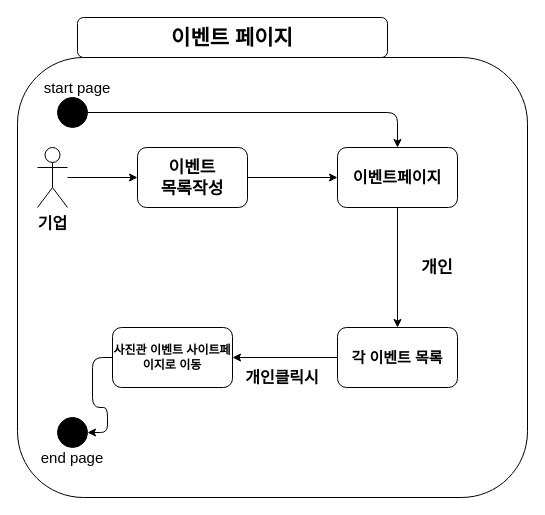
The draw.io diagram Untitled Diagram.drawio in hjss705/web2, before the edit. Source tidied: cells renumbered, new cells numbered last; positions are measured from the earlier drawing's top-left corner, leaving out a move shared by most shapes. Both pictures are drawn from the tidied source at 100%, with x=0, y=0 at pixel (17, 17).
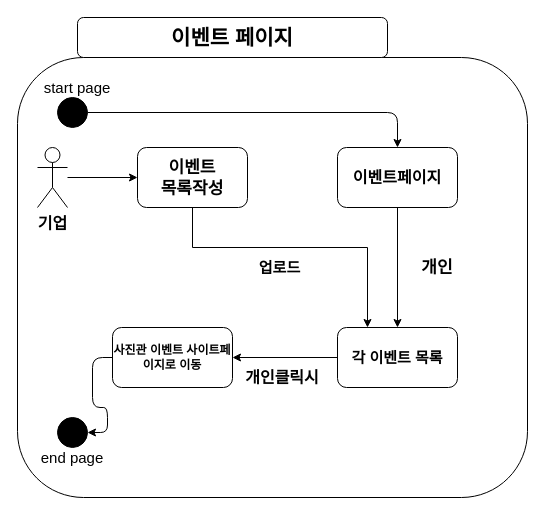
After the change.

Unchanged cells that the change refers to:
```xml
<mxCell id="8" value="&lt;b&gt;&lt;font style=&quot;font-size: 16px&quot;&gt;이벤트페이지&lt;/font&gt;&lt;/b&gt;" style="whiteSpace=wrap;html=1;rounded=1;" parent="1" vertex="1">
  <mxGeometry x="320" y="130" width="120" height="60" as="geometry" />
</mxCell>
<mxCell id="13" value="&lt;font style=&quot;font-size: 15px&quot;&gt;&lt;b&gt;각 이벤트 목록&lt;/b&gt;&lt;/font&gt;" style="whiteSpace=wrap;html=1;rounded=1;" parent="1" vertex="1">
  <mxGeometry x="320" y="310" width="120" height="60" as="geometry" />
</mxCell>
<mxCell id="21" value="&lt;b style=&quot;font-size: 17px&quot;&gt;이벤트 &lt;br&gt;목록작성&lt;/b&gt;" style="rounded=1;whiteSpace=wrap;html=1;labelBackgroundColor=none;fontFamily=Verdana;fontSize=16;" parent="1" vertex="1">
  <mxGeometry x="120" y="130" width="110" height="60" as="geometry" />
</mxCell>
```

Diff of the diagram source:
```diff
@@
-    <mxCell id="20" style="edgeStyle=orthogonalEdgeStyle;rounded=0;jettySize=auto;html=1;fontFamily=Verdana;fontSize=16;" parent="1" edge="1" source="21" target="8">
-      <mxGeometry relative="1" as="geometry" />
+    <mxCell id="20" style="edgeStyle=orthogonalEdgeStyle;rounded=0;jettySize=auto;html=1;fontFamily=Verdana;fontSize=16;entryX=0.25;entryY=0;entryDx=0;entryDy=0;" parent="1" edge="1" source="21" target="13">
+      <mxGeometry relative="1" as="geometry">
+        <Array as="points">
+          <mxPoint x="175" y="230" />
+          <mxPoint x="350" y="230" />
+        </Array>
+      </mxGeometry>
     </mxCell>
@@
+    <mxCell id="22" value="&lt;b&gt;&lt;font style=&quot;font-size: 15px&quot;&gt;업로드&lt;/font&gt;&lt;/b&gt;" style="text;html=1;strokeColor=none;fillColor=none;align=center;verticalAlign=middle;whiteSpace=wrap;rounded=0;" parent="1" vertex="1">
+      <mxGeometry x="235" y="240" width="55" height="20" as="geometry" />
+    </mxCell>
```
